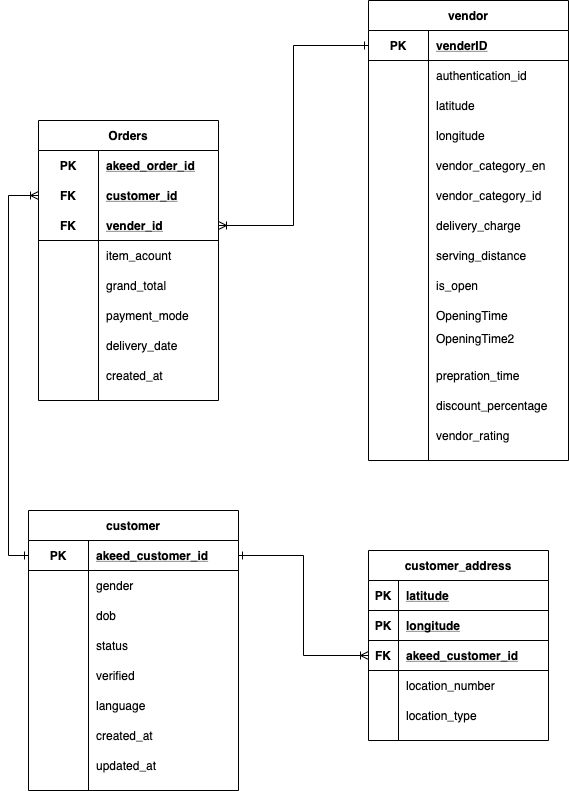
Griffin731/COMP5000 keeps this draw.io diagram as restaurant.png. Above is the earlier version. Source tidied: cells renumbered, new cells last; positions are measured from the earlier drawing's top-left corner, leaving out a move shared by most shapes.
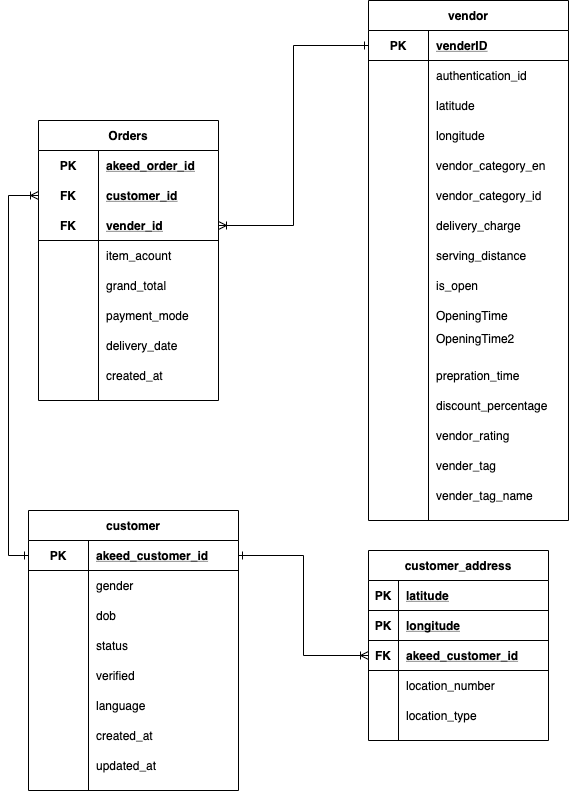
Later version of the same file.

Change to the diagram source:
```diff
@@ -212,7 +212,7 @@
       <mxGeometry relative="1" as="geometry" />
     </mxCell>
     <mxCell id="70" value="vendor" style="shape=table;startSize=30;rowLines=0;fontStyle=1;align=center;" parent="1" vertex="1">
-      <mxGeometry x="360" width="200" height="460" as="geometry" />
+      <mxGeometry x="360" width="200" height="520" as="geometry" />
     </mxCell>
     <mxCell id="71" style="shape=partialRectangle;fillColor=none;top=0;left=0;bottom=1;right=0;points=[[0,0.5],[1,0.5]];portConstraint=eastwest;" parent="70" vertex="1">
       <mxGeometry y="30" width="200" height="30" as="geometry" />
@@ -340,6 +340,24 @@
     <mxCell id="112" value="vendor_rating" style="shape=partialRectangle;fillColor=none;top=0;left=0;bottom=0;right=0;align=left;spacingLeft=6;overflow=hidden;" parent="110" vertex="1">
       <mxGeometry x="60" width="140" height="30" as="geometry" />
     </mxCell>
+    <mxCell id="115" style="shape=partialRectangle;fillColor=none;top=0;left=0;bottom=0;right=0;" parent="70" vertex="1">
+      <mxGeometry y="450" width="200" height="30" as="geometry" />
+    </mxCell>
+    <mxCell id="116" style="shape=partialRectangle;fillColor=none;top=0;left=0;bottom=0;right=0;overflow=hidden;" parent="115" vertex="1">
+      <mxGeometry width="60" height="30" as="geometry" />
+    </mxCell>
+    <mxCell id="117" value="vender_tag" style="shape=partialRectangle;fillColor=none;top=0;left=0;bottom=0;right=0;align=left;spacingLeft=6;overflow=hidden;" parent="115" vertex="1">
+      <mxGeometry x="60" width="140" height="30" as="geometry" />
+    </mxCell>
+    <mxCell id="118" style="shape=partialRectangle;fillColor=none;top=0;left=0;bottom=0;right=0;" parent="70" vertex="1">
+      <mxGeometry y="480" width="200" height="30" as="geometry" />
+    </mxCell>
+    <mxCell id="119" style="shape=partialRectangle;fillColor=none;top=0;left=0;bottom=0;right=0;overflow=hidden;" parent="118" vertex="1">
+      <mxGeometry width="60" height="30" as="geometry" />
+    </mxCell>
+    <mxCell id="120" value="vender_tag_name" style="shape=partialRectangle;fillColor=none;top=0;left=0;bottom=0;right=0;align=left;spacingLeft=6;overflow=hidden;" parent="118" vertex="1">
+      <mxGeometry x="60" width="140" height="30" as="geometry" />
+    </mxCell>
     <mxCell id="113" style="edgeStyle=orthogonalEdgeStyle;rounded=0;jettySize=auto;html=1;entryX=1;entryY=0.5;entryDx=0;entryDy=0;startArrow=ERone;startFill=0;endArrow=ERoneToMany;endFill=0;" parent="1" edge="1" target="35">
       <mxGeometry relative="1" as="geometry" />
     </mxCell>
```
